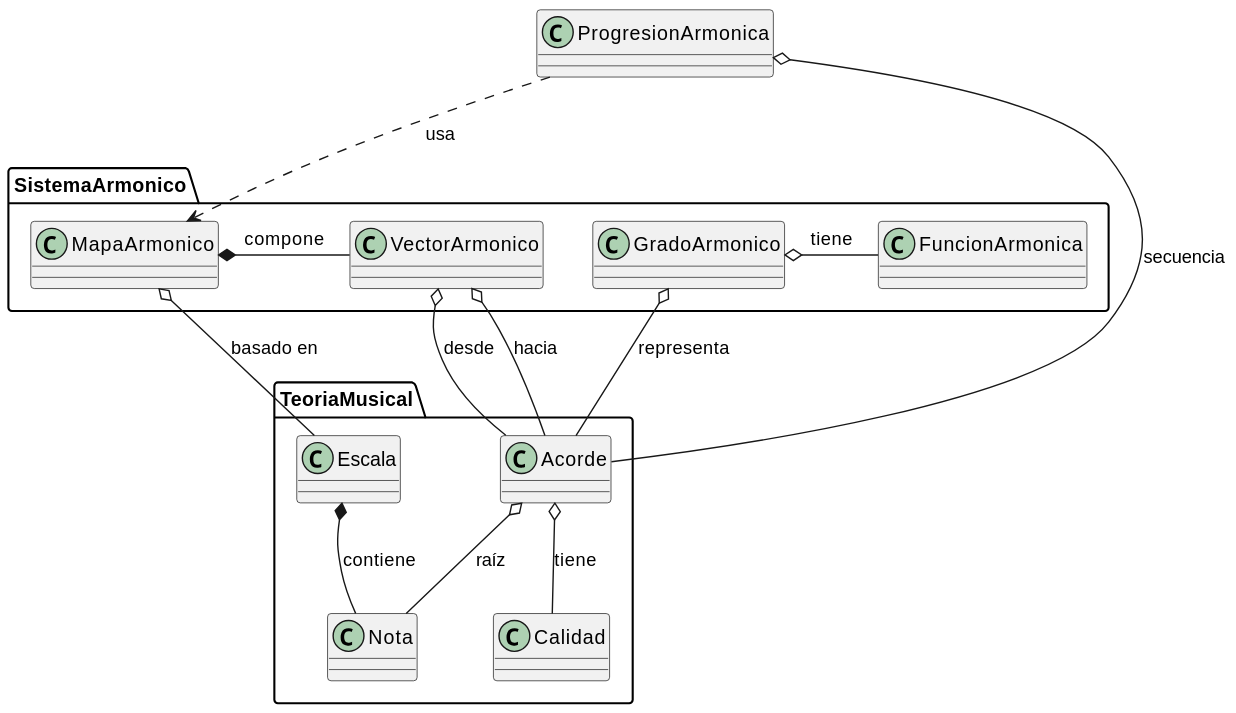
This is images/music/cQuintas/RUP/00-casos-uso/00-modelo-del-dominio/modelo-dominio.svg from mmasias/mmasias, a PlantUML export, as it was before one commit.
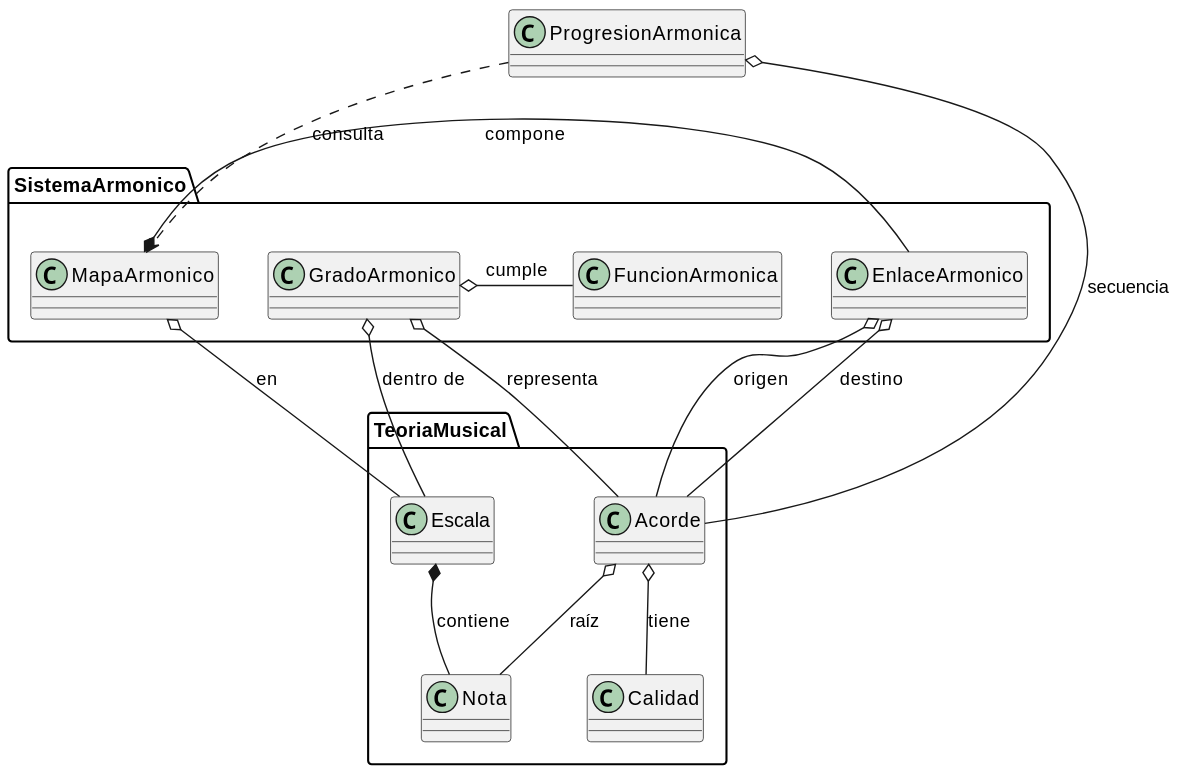
The same file after the commit.

Commit message:
refactor: nomenclatura del dominio

The edit, as a diff of the source:
```diff
@@ -12,7 +12,7 @@
 package SistemaArmonico {
     class GradoArmonico
     class FuncionArmonica
-    class VectorArmonico
+    class EnlaceArmonico
     class MapaArmonico
 }
 
@@ -20,13 +20,14 @@
 Acorde o-- Nota : raíz
 Acorde o-- Calidad : tiene
 
-MapaArmonico *- VectorArmonico : compone
+MapaArmonico *- EnlaceArmonico : compone
 GradoArmonico o-- Acorde : representa
-GradoArmonico o- FuncionArmonica : tiene
-VectorArmonico o-- Acorde : desde
-VectorArmonico o-- Acorde : hacia
-MapaArmonico o-- Escala : basado en
+GradoArmonico o- FuncionArmonica : cumple
+EnlaceArmonico o-- Acorde : origen
+EnlaceArmonico o-- Acorde : destino
+MapaArmonico o-- Escala : en
+GradoArmonico o-- Escala : dentro de
 
 ProgresionArmonica o-- Acorde : secuencia
-ProgresionArmonica ..> MapaArmonico : usa
+ProgresionArmonica ..> MapaArmonico : consulta
 @enduml
```
